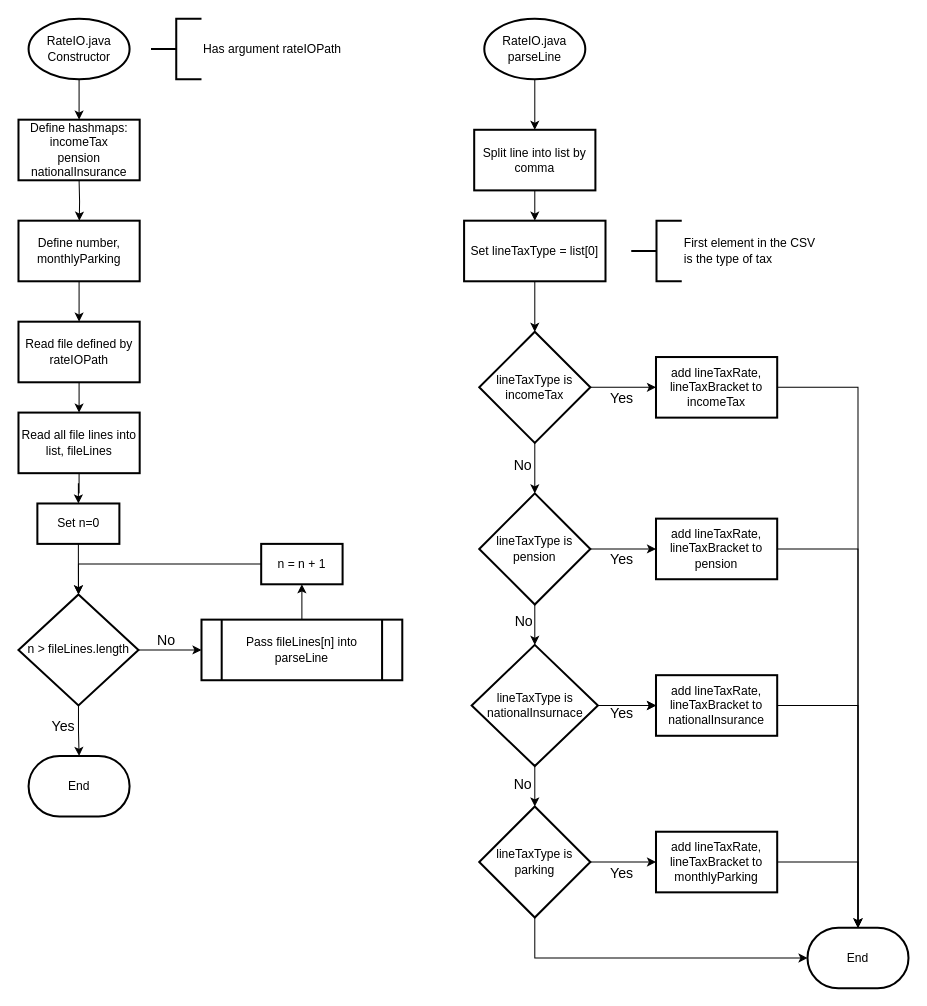
Before: report/flowcharts/task-2/designs/rateIO.drawio in Sherman5A/usw-pop-coursework-1-task-2, a draw.io diagram. Source tidied: cells renumbered, new cells numbered last; positions are measured from the earlier drawing's top-left corner, leaving out a move shared by most shapes. Both pictures are drawn from the tidied source at 101%, with x=0, y=0 at pixel (18, 18).
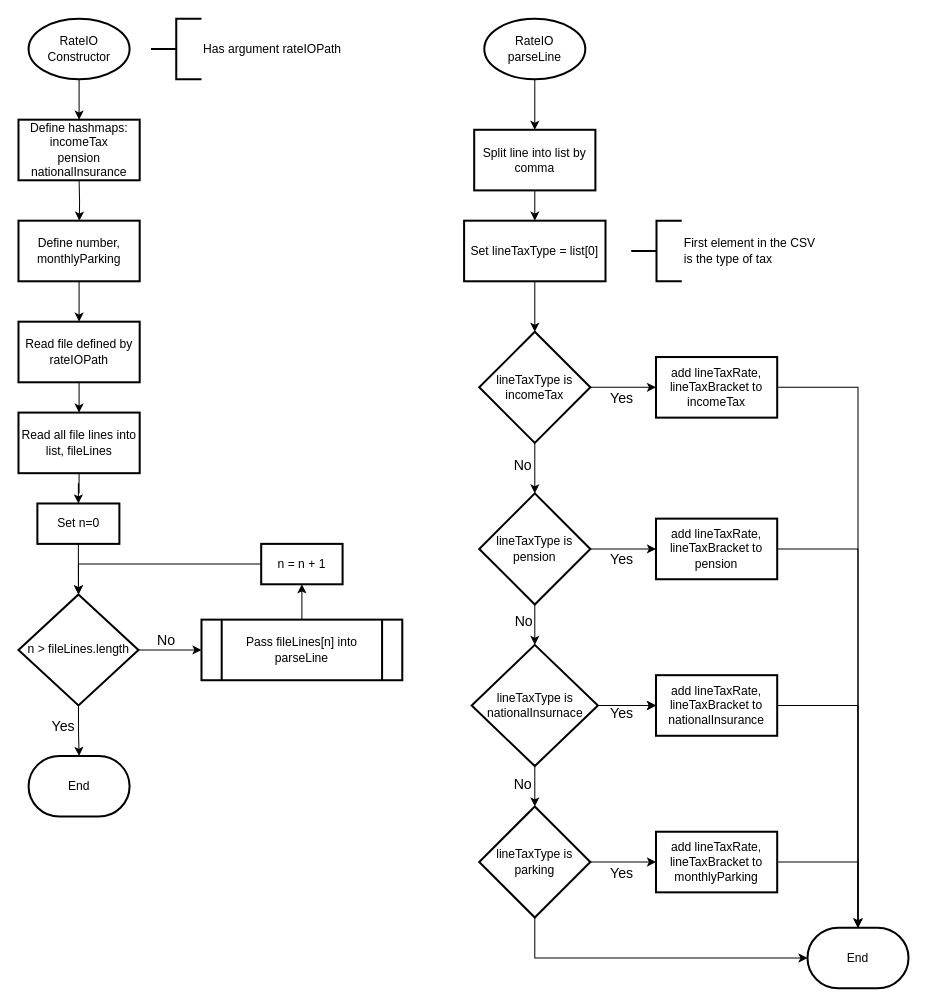
The same page after the edit.

What changed in the source:
```diff
@@
-    <mxCell id="3" value="RateIO.java&lt;br&gt;Constructor" style="strokeWidth=2;html=1;shape=mxgraph.flowchart.start_1;whiteSpace=wrap;" parent="1" vertex="1">
+    <mxCell id="3" value="RateIO&lt;br&gt;Constructor" style="strokeWidth=2;html=1;shape=mxgraph.flowchart.start_1;whiteSpace=wrap;" parent="1" vertex="1">
       <mxGeometry x="9.8" width="100" height="60" as="geometry" />
     </mxCell>
@@
-    <mxCell id="19" value="RateIO.java&lt;br&gt;parseLine" style="strokeWidth=2;html=1;shape=mxgraph.flowchart.start_1;whiteSpace=wrap;" parent="1" vertex="1">
+    <mxCell id="19" value="RateIO&lt;br&gt;parseLine" style="strokeWidth=2;html=1;shape=mxgraph.flowchart.start_1;whiteSpace=wrap;" parent="1" vertex="1">
       <mxGeometry x="461" width="100" height="60" as="geometry" />
     </mxCell>
```
